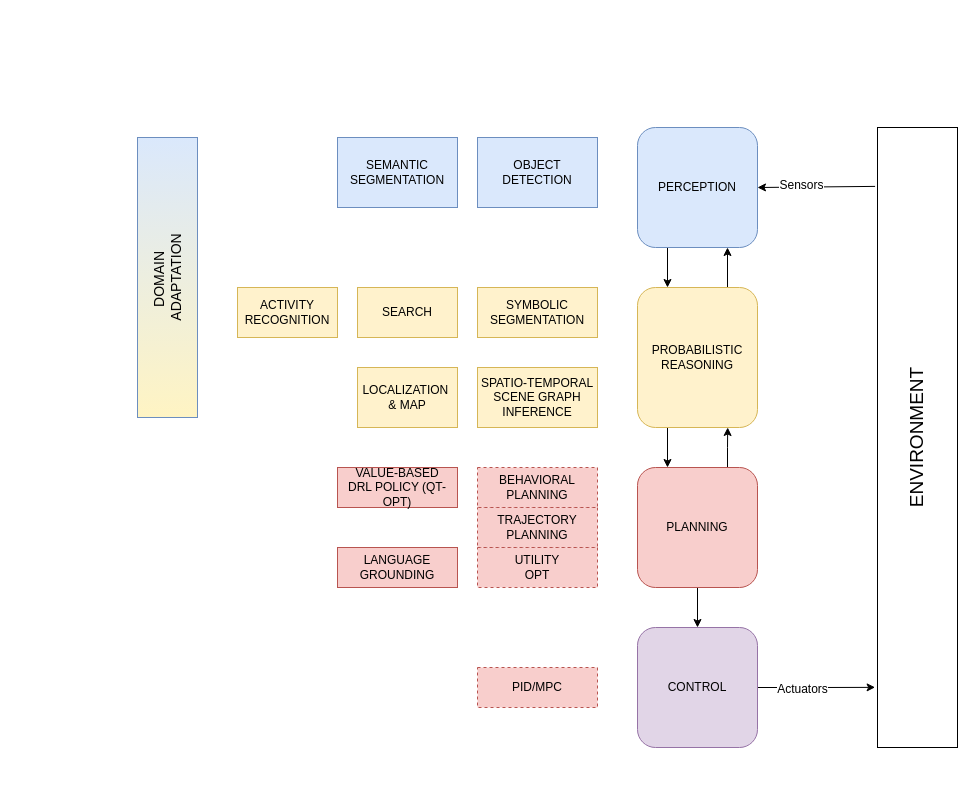
Above: page "ai-agent" (4 of 4) of content/docs/lectures/ai-intro/agents/images/agents.drawio in cicyfan/cs-gy-6613-spring-2020 (draw.io), before the change. Source tidied: cells renumbered, new cells numbered last; positions are measured from the earlier drawing's top-left corner, leaving out a move shared by most shapes. Both pictures are drawn from the tidied source at 100%, with x=0, y=0 at pixel (137, 127).
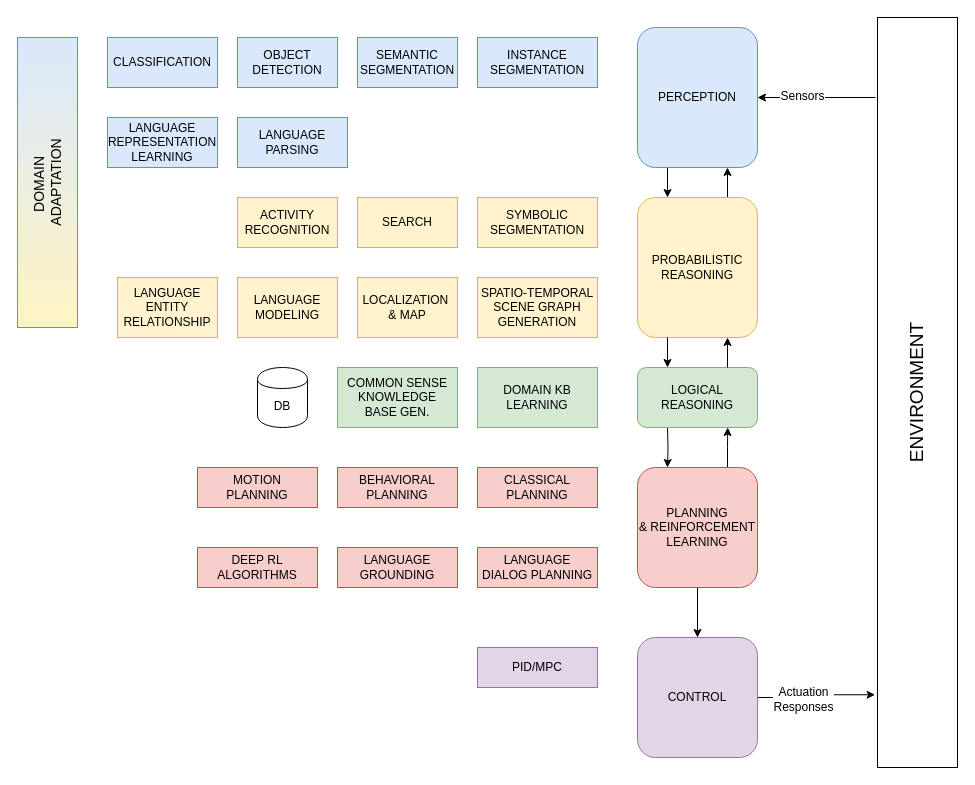
After the change.

Unchanged cells that the change refers to:
```xml
<mxCell id="11" style="edgeStyle=orthogonalEdgeStyle;rounded=0;jettySize=auto;html=1;entryX=-0.03;entryY=0.903;entryDx=0;entryDy=0;entryPerimeter=0;fontSize=12;" parent="1" edge="1" source="13" target="2">
  <mxGeometry relative="1" as="geometry" />
</mxCell>
```

The edit, as a diff of the source:
```diff
@@
     <mxCell id="2" value="ENVIRONMENT" style="rounded=0;whiteSpace=wrap;html=1;horizontal=0;fontSize=19;" parent="1" vertex="1">
-      <mxGeometry x="740" width="80" height="620" as="geometry" />
+      <mxGeometry x="740" y="-110" width="80" height="750" as="geometry" />
     </mxCell>
@@
     <mxCell id="4" value="PERCEPTION" style="rounded=1;whiteSpace=wrap;html=1;fontSize=12;fillColor=#dae8fc;strokeColor=#6c8ebf;" parent="1" vertex="1">
-      <mxGeometry x="500" width="120" height="120" as="geometry" />
+      <mxGeometry x="500" y="-100" width="120" height="140" as="geometry" />
     </mxCell>
-    <mxCell id="5" style="edgeStyle=orthogonalEdgeStyle;rounded=0;jettySize=auto;html=1;fontSize=12;exitX=0.25;exitY=1;exitDx=0;exitDy=0;entryX=0.25;entryY=0;entryDx=0;entryDy=0;" parent="1" edge="1" source="7" target="10">
-      <mxGeometry relative="1" as="geometry" />
+    <mxCell id="5" style="edgeStyle=orthogonalEdgeStyle;rounded=0;jettySize=auto;html=1;fontSize=12;entryX=0.25;entryY=0;entryDx=0;entryDy=0;" parent="1" edge="1" target="10">
+      <mxGeometry relative="1" as="geometry">
+        <mxPoint x="530" y="300" as="sourcePoint" />
+      </mxGeometry>
     </mxCell>
@@
     <mxCell id="7" value="PROBABILISTIC&lt;br&gt;REASONING" style="rounded=1;whiteSpace=wrap;html=1;fontSize=12;fillColor=#fff2cc;strokeColor=#d6b656;" parent="1" vertex="1">
-      <mxGeometry x="500" y="160" width="120" height="140" as="geometry" />
+      <mxGeometry x="500" y="70" width="120" height="140" as="geometry" />
     </mxCell>
@@
-    <mxCell id="10" value="PLANNING" style="rounded=1;whiteSpace=wrap;html=1;fontSize=12;fillColor=#f8cecc;strokeColor=#b85450;" parent="1" vertex="1">
+    <mxCell id="10" value="PLANNING&lt;br&gt;&amp;amp; REINFORCEMENT&lt;br&gt;LEARNING" style="rounded=1;whiteSpace=wrap;html=1;fontSize=12;fillColor=#f8cecc;strokeColor=#b85450;" parent="1" vertex="1">
       <mxGeometry x="500" y="340" width="120" height="120" as="geometry" />
     </mxCell>
@@
-    <mxCell id="12" value="Actuators" style="text;html=1;align=center;verticalAlign=middle;labelBackgroundColor=#ffffff;fontSize=12;" parent="11" vertex="1">
+    <mxCell id="12" value="Actuation&lt;br&gt;Responses" style="text;html=1;align=center;verticalAlign=middle;labelBackgroundColor=#ffffff;fontSize=12;" parent="11" vertex="1">
       <mxGeometry x="-0.26" y="-1" relative="1" as="geometry" />
     </mxCell>
     <mxCell id="13" value="CONTROL" style="rounded=1;whiteSpace=wrap;html=1;fontSize=12;fillColor=#e1d5e7;strokeColor=#9673a6;" parent="1" vertex="1">
-      <mxGeometry x="500" y="500" width="120" height="120" as="geometry" />
+      <mxGeometry x="500" y="510" width="120" height="120" as="geometry" />
     </mxCell>
     <mxCell id="14" value="LOCALIZATION&amp;nbsp;&lt;br&gt;&amp;amp; MAP" style="rounded=0;whiteSpace=wrap;html=1;fontSize=12;fillColor=#fff2cc;strokeColor=#d6b656;" parent="1" vertex="1">
-      <mxGeometry x="220" y="240" width="100" height="60" as="geometry" />
+      <mxGeometry x="220" y="150" width="100" height="60" as="geometry" />
     </mxCell>
     <mxCell id="15" value="OBJECT DETECTION" style="rounded=0;whiteSpace=wrap;html=1;fontSize=12;fillColor=#dae8fc;strokeColor=#6c8ebf;" parent="1" vertex="1">
-      <mxGeometry x="340" y="10" width="120" height="70" as="geometry" />
+      <mxGeometry x="100" y="-90" width="100" height="50" as="geometry" />
     </mxCell>
     <mxCell id="16" value="SYMBOLIC&lt;br&gt;SEGMENTATION" style="rounded=0;whiteSpace=wrap;html=1;fontSize=12;fillColor=#fff2cc;strokeColor=#d6b656;" parent="1" vertex="1">
-      <mxGeometry x="340" y="160" width="120" height="50" as="geometry" />
+      <mxGeometry x="340" y="70" width="120" height="50" as="geometry" />
     </mxCell>
-    <mxCell id="17" value="SPATIO-TEMPORAL SCENE GRAPH&lt;br&gt;INFERENCE" style="rounded=0;whiteSpace=wrap;html=1;fontSize=12;fillColor=#fff2cc;strokeColor=#d6b656;" parent="1" vertex="1">
-      <mxGeometry x="340" y="240" width="120" height="60" as="geometry" />
+    <mxCell id="17" value="SPATIO-TEMPORAL SCENE GRAPH&lt;br&gt;GENERATION" style="rounded=0;whiteSpace=wrap;html=1;fontSize=12;fillColor=#fff2cc;strokeColor=#d6b656;" parent="1" vertex="1">
+      <mxGeometry x="340" y="150" width="120" height="60" as="geometry" />
     </mxCell>
-    <mxCell id="18" value="TRAJECTORY&lt;br&gt;PLANNING" style="rounded=0;whiteSpace=wrap;html=1;fontSize=12;fillColor=#f8cecc;strokeColor=#b85450;dashed=1;" parent="1" vertex="1">
-      <mxGeometry x="340" y="380" width="120" height="40" as="geometry" />
+    <mxCell id="18" value="MOTION&lt;br&gt;PLANNING" style="rounded=0;whiteSpace=wrap;html=1;fontSize=12;fillColor=#f8cecc;strokeColor=#b85450;" parent="1" vertex="1">
+      <mxGeometry x="60" y="340" width="120" height="40" as="geometry" />
     </mxCell>
-    <mxCell id="19" value="BEHAVIORAL&lt;br&gt;PLANNING" style="rounded=0;whiteSpace=wrap;html=1;fontSize=12;fillColor=#f8cecc;strokeColor=#b85450;dashed=1;" parent="1" vertex="1">
+    <mxCell id="19" value="CLASSICAL PLANNING" style="rounded=0;whiteSpace=wrap;html=1;fontSize=12;fillColor=#f8cecc;strokeColor=#b85450;" parent="1" vertex="1">
       <mxGeometry x="340" y="340" width="120" height="40" as="geometry" />
     </mxCell>
-    <mxCell id="20" value="UTILITY&lt;br&gt;OPT" style="rounded=0;whiteSpace=wrap;html=1;fontSize=12;fillColor=#f8cecc;strokeColor=#b85450;dashed=1;" parent="1" vertex="1">
-      <mxGeometry x="340" y="420" width="120" height="40" as="geometry" />
+    <mxCell id="20" value="BEHAVIORAL PLANNING" style="rounded=0;whiteSpace=wrap;html=1;fontSize=12;fillColor=#f8cecc;strokeColor=#b85450;" parent="1" vertex="1">
+      <mxGeometry x="200" y="340" width="120" height="40" as="geometry" />
     </mxCell>
-    <mxCell id="21" style="endArrow=classic;html=1;fontSize=12;entryX=1;entryY=0.5;entryDx=0;entryDy=0;exitX=-0.03;exitY=0.095;exitDx=0;exitDy=0;exitPerimeter=0;" parent="1" edge="1" source="2" target="4">
-      <mxGeometry relative="1" as="geometry" />
+    <mxCell id="21" style="endArrow=classic;html=1;fontSize=12;entryX=1;entryY=0.5;entryDx=0;entryDy=0;" parent="1" edge="1" target="4">
+      <mxGeometry relative="1" as="geometry">
+        <mxPoint x="738" y="-30" as="sourcePoint" />
+      </mxGeometry>
     </mxCell>
@@
-    <mxCell id="23" value="PID/MPC" style="rounded=0;whiteSpace=wrap;html=1;fontSize=12;fillColor=#f8cecc;strokeColor=#b85450;dashed=1;" parent="1" vertex="1">
-      <mxGeometry x="340" y="540" width="120" height="40" as="geometry" />
+    <mxCell id="23" value="PID/MPC" style="rounded=0;whiteSpace=wrap;html=1;fontSize=12;fillColor=#e1d5e7;strokeColor=#9673a6;" parent="1" vertex="1">
+      <mxGeometry x="340" y="520" width="120" height="40" as="geometry" />
     </mxCell>
     <mxCell id="24" value="SEARCH" style="rounded=0;whiteSpace=wrap;html=1;fontSize=12;fillColor=#fff2cc;strokeColor=#d6b656;" parent="1" vertex="1">
-      <mxGeometry x="220" y="160" width="100" height="50" as="geometry" />
+      <mxGeometry x="220" y="70" width="100" height="50" as="geometry" />
     </mxCell>
     <mxCell id="25" value="ACTIVITY&lt;br&gt;RECOGNITION" style="rounded=0;whiteSpace=wrap;html=1;fontSize=12;fillColor=#fff2cc;strokeColor=#d6b656;" parent="1" vertex="1">
-      <mxGeometry x="100" y="160" width="100" height="50" as="geometry" />
+      <mxGeometry x="100" y="70" width="100" height="50" as="geometry" />
     </mxCell>
-    <mxCell id="26" value="VALUE-BASED &lt;br&gt;DRL POLICY (QT-OPT)" style="rounded=0;whiteSpace=wrap;html=1;fontSize=12;fillColor=#f8cecc;strokeColor=#b85450;" parent="1" vertex="1">
-      <mxGeometry x="200" y="340" width="120" height="40" as="geometry" />
+    <mxCell id="26" value="DEEP RL ALGORITHMS" style="rounded=0;whiteSpace=wrap;html=1;fontSize=12;fillColor=#f8cecc;strokeColor=#b85450;" parent="1" vertex="1">
+      <mxGeometry x="60" y="420" width="120" height="40" as="geometry" />
     </mxCell>
     <mxCell id="27" value="DOMAIN&amp;nbsp;&lt;br style=&quot;font-size: 14px;&quot;&gt;ADAPTATION" style="rounded=0;whiteSpace=wrap;html=1;fontSize=14;fillColor=#dae8fc;strokeColor=#6c8ebf;gradientColor=#FFF4C3;horizontal=0;" parent="1" vertex="1">
-      <mxGeometry y="10" width="60" height="280" as="geometry" />
+      <mxGeometry x="-120" y="-90" width="60" height="290" as="geometry" />
     </mxCell>
@@
     <mxCell id="29" value="SEMANTIC&lt;br&gt;SEGMENTATION" style="rounded=0;whiteSpace=wrap;html=1;fontSize=12;fillColor=#dae8fc;strokeColor=#6c8ebf;" parent="1" vertex="1">
-      <mxGeometry x="200" y="10" width="120" height="70" as="geometry" />
+      <mxGeometry x="220" y="-90" width="100" height="50" as="geometry" />
     </mxCell>
+    <mxCell id="30" value="CLASSIFICATION" style="rounded=0;whiteSpace=wrap;html=1;fontSize=12;fillColor=#dae8fc;strokeColor=#6c8ebf;" parent="1" vertex="1">
+      <mxGeometry x="-30" y="-90" width="110" height="50" as="geometry" />
+    </mxCell>
+    <mxCell id="31" value="INSTANCE&lt;br&gt;SEGMENTATION" style="rounded=0;whiteSpace=wrap;html=1;fontSize=12;fillColor=#dae8fc;strokeColor=#6c8ebf;" parent="1" vertex="1">
+      <mxGeometry x="340" y="-90" width="120" height="50" as="geometry" />
+    </mxCell>
+    <mxCell id="32" value="COMMON SENSE&lt;br&gt;KNOWLEDGE&lt;br&gt;BASE GEN." style="rounded=0;whiteSpace=wrap;html=1;fillColor=#d5e8d4;strokeColor=#82b366;" parent="1" vertex="1">
+      <mxGeometry x="200" y="240" width="120" height="60" as="geometry" />
+    </mxCell>
+    <mxCell id="33" value="DB" style="shape=cylinder;whiteSpace=wrap;html=1;boundedLbl=1;backgroundOutline=1;" parent="1" vertex="1">
+      <mxGeometry x="120" y="240" width="50" height="60" as="geometry" />
+    </mxCell>
+    <mxCell id="34" value="LOGICAL REASONING" style="rounded=1;whiteSpace=wrap;html=1;fillColor=#d5e8d4;strokeColor=#82b366;" parent="1" vertex="1">
+      <mxGeometry x="500" y="240" width="120" height="60" as="geometry" />
+    </mxCell>
+    <mxCell id="35" value="LANGUAGE&lt;br&gt;MODELING" style="rounded=0;whiteSpace=wrap;html=1;fontSize=12;fillColor=#fff2cc;strokeColor=#d6b656;" parent="1" vertex="1">
+      <mxGeometry x="100" y="150" width="100" height="60" as="geometry" />
+    </mxCell>
+    <mxCell id="36" style="edgeStyle=orthogonalEdgeStyle;rounded=0;orthogonalLoop=1;jettySize=auto;html=1;fontSize=12;entryX=0.25;entryY=0;entryDx=0;entryDy=0;" parent="1" edge="1">
+      <mxGeometry relative="1" as="geometry">
+        <mxPoint x="530" y="210" as="sourcePoint" />
+        <mxPoint x="530" y="240" as="targetPoint" />
+      </mxGeometry>
+    </mxCell>
+    <mxCell id="37" style="edgeStyle=orthogonalEdgeStyle;rounded=0;orthogonalLoop=1;jettySize=auto;html=1;exitX=0.75;exitY=0;exitDx=0;exitDy=0;fontSize=12;" parent="1" edge="1">
+      <mxGeometry relative="1" as="geometry">
+        <mxPoint x="590" y="240" as="sourcePoint" />
+        <mxPoint x="590" y="210" as="targetPoint" />
+      </mxGeometry>
+    </mxCell>
+    <mxCell id="38" value="LANGUAGE&lt;br&gt;REPRESENTATION&lt;br&gt;LEARNING" style="rounded=0;whiteSpace=wrap;html=1;fontSize=12;fillColor=#dae8fc;strokeColor=#6c8ebf;" parent="1" vertex="1">
+      <mxGeometry x="-30" y="-10" width="110" height="50" as="geometry" />
+    </mxCell>
+    <mxCell id="39" value="DOMAIN KB&lt;br&gt;LEARNING" style="rounded=0;whiteSpace=wrap;html=1;fillColor=#d5e8d4;strokeColor=#82b366;" parent="1" vertex="1">
+      <mxGeometry x="340" y="240" width="120" height="60" as="geometry" />
+    </mxCell>
+    <mxCell id="40" value="LANGUAGE&lt;br&gt;DIALOG PLANNING" style="rounded=0;whiteSpace=wrap;html=1;fontSize=12;fillColor=#f8cecc;strokeColor=#b85450;" parent="1" vertex="1">
+      <mxGeometry x="340" y="420" width="120" height="40" as="geometry" />
+    </mxCell>
+    <mxCell id="41" value="LANGUAGE&lt;br&gt;PARSING" style="rounded=0;whiteSpace=wrap;html=1;fontSize=12;fillColor=#dae8fc;strokeColor=#6c8ebf;" parent="1" vertex="1">
+      <mxGeometry x="100" y="-10" width="110" height="50" as="geometry" />
+    </mxCell>
+    <mxCell id="42" value="LANGUAGE&lt;br&gt;ENTITY RELATIONSHIP" style="rounded=0;whiteSpace=wrap;html=1;fontSize=12;fillColor=#fff2cc;strokeColor=#d6b656;" parent="1" vertex="1">
+      <mxGeometry x="-20" y="150" width="100" height="60" as="geometry" />
+    </mxCell>
```
